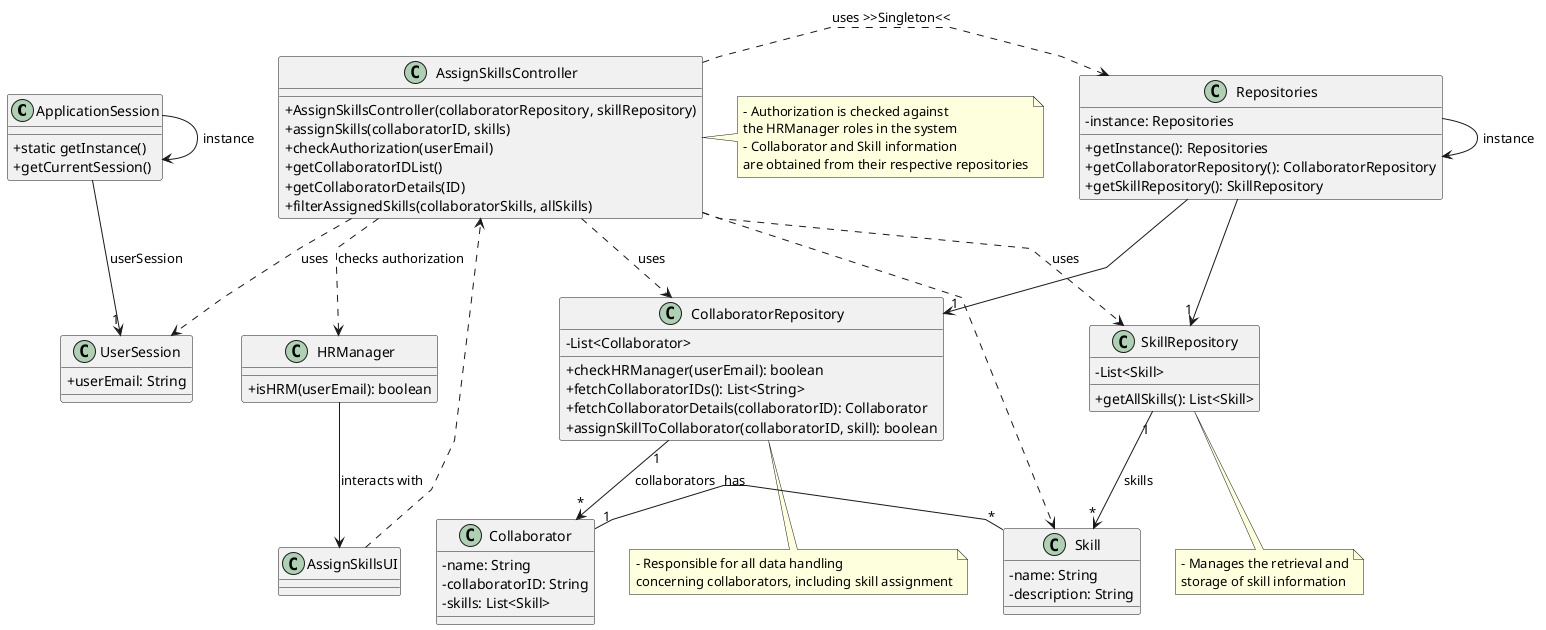
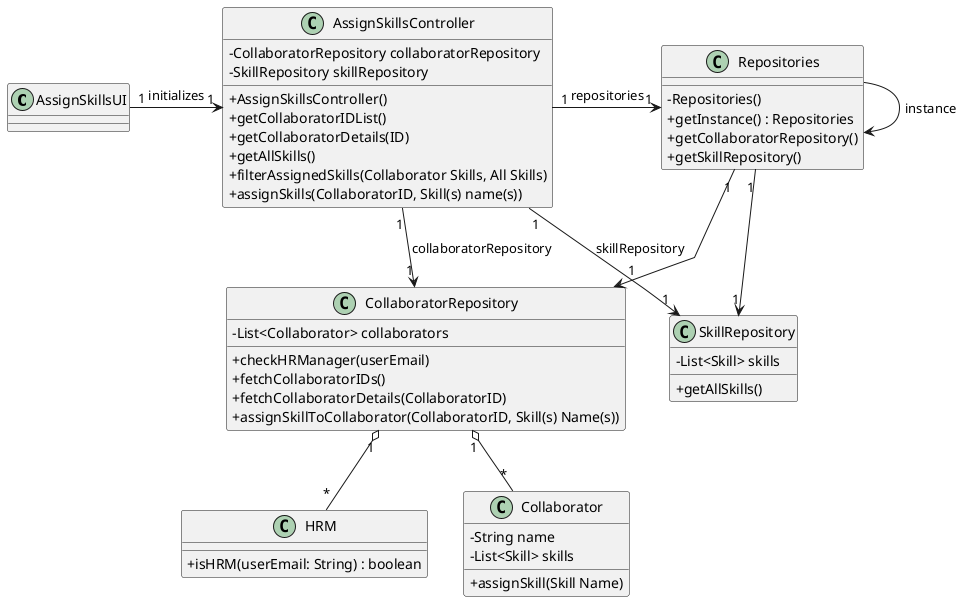
@startuml
'skinparam monochrome true
skinparam packageStyle rectangle
skinparam shadowing false
skinparam linetype polyline
'skinparam linetype orto

skinparam classAttributeIconSize 0

- 'left to right direction
- 
- class ApplicationSession {
-     + static getInstance()
-     + getCurrentSession()
- }
- 
- class UserSession {
-     + userEmail: String
- }
- 
- class HRManager {
-     + isHRM(userEmail): boolean
- }
- 
- class Collaborator {
-     - name: String
-     - collaboratorID: String
-     - skills: List<Skill>
- }
- 
- class Skill {
-     - name: String
-     - description: String
- }
- 
- class CollaboratorRepository {
-     - List<Collaborator>
-     + checkHRManager(userEmail): boolean
-     + fetchCollaboratorIDs(): List<String>
-     + fetchCollaboratorDetails(collaboratorID): Collaborator
-     + assignSkillToCollaborator(collaboratorID, skill): boolean
- }
- 
- class SkillRepository {
-     - List<Skill>
-     + getAllSkills(): List<Skill>
- }
- 
- class Repositories {
-     - instance: Repositories
-     + getInstance(): Repositories
-     + getCollaboratorRepository(): CollaboratorRepository
-     + getSkillRepository(): SkillRepository
- }
- 
- class AssignSkillsController {
-     + AssignSkillsController(collaboratorRepository, skillRepository)
-     + assignSkills(collaboratorID, skills)
-     + checkAuthorization(userEmail)
-     + getCollaboratorIDList()
-     + getCollaboratorDetails(ID)
-     + filterAssignedSkills(collaboratorSkills, allSkills)
- }
- 
- note right of AssignSkillsController
-     - Authorization is checked against
-     the HRManager roles in the system
-     - Collaborator and Skill information
-     are obtained from their respective repositories
- end note

class AssignSkillsUI {
}

- Repositories --> Repositories : instance
- ApplicationSession --> ApplicationSession : instance
+ class AssignSkillsController {
+     - CollaboratorRepository collaboratorRepository
+     - SkillRepository skillRepository
+     + AssignSkillsController()
+     + getCollaboratorIDList()
+     + getCollaboratorDetails(ID)
+     + getAllSkills()
+     + filterAssignedSkills(Collaborator Skills, All Skills)
+     + assignSkills(CollaboratorID, Skill(s) name(s))
+ }

- AssignSkillsUI .> AssignSkillsController
+ class Repositories {
+     - Repositories()
+     + getInstance() : Repositories
+     + getCollaboratorRepository()
+     + getSkillRepository()
+ }

- AssignSkillsController .> Repositories : uses >>Singleton<<
+ class CollaboratorRepository {
+     - List<Collaborator> collaborators
+     + checkHRManager(userEmail)
+     + fetchCollaboratorIDs()
+     + fetchCollaboratorDetails(CollaboratorID)
+     + assignSkillToCollaborator(CollaboratorID, Skill(s) Name(s))
+ }

- Repositories --> "1" CollaboratorRepository
- Repositories --> "1" SkillRepository
+ class SkillRepository {
+     - List<Skill> skills
+     + getAllSkills()
+ }

- AssignSkillsController ..> Skill
- AssignSkillsController ..> CollaboratorRepository : uses
- AssignSkillsController ..> SkillRepository : uses
+ class HRM {
+     + isHRM(userEmail: String) : boolean
+ }

- CollaboratorRepository "1" --> "*" Collaborator : collaborators
- SkillRepository "1" --> "*" Skill : skills
+ class Collaborator {
+     - String name
+     - List<Skill> skills
+     + assignSkill(Skill Name)
+ }

- Collaborator "1" -right- "*" Skill : "has"

- note bottom of CollaboratorRepository
-     - Responsible for all data handling
-     concerning collaborators, including skill assignment
- end note
+ Repositories ->  Repositories : instance
+ AssignSkillsUI "1" -> "1" AssignSkillsController: initializes

- note bottom of SkillRepository
-     - Manages the retrieval and
-     storage of skill information
- end note
+ AssignSkillsController "1" -> "1" Repositories : repositories
+ Repositories "1" -> "1" CollaboratorRepository
+ Repositories "1" -> "1" SkillRepository

- ApplicationSession --> "1" UserSession : userSession
+ AssignSkillsController "1" -down-> "1" CollaboratorRepository : collaboratorRepository
+ AssignSkillsController "1" -down-> "1" SkillRepository : skillRepository

- AssignSkillsController ..> UserSession : uses
- HRManager -down-> AssignSkillsUI : interacts with
- AssignSkillsController ..> HRManager : checks authorization
+ CollaboratorRepository "1" o-- "*" Collaborator
+ CollaboratorRepository "1" o-- "*" HRM

@enduml
